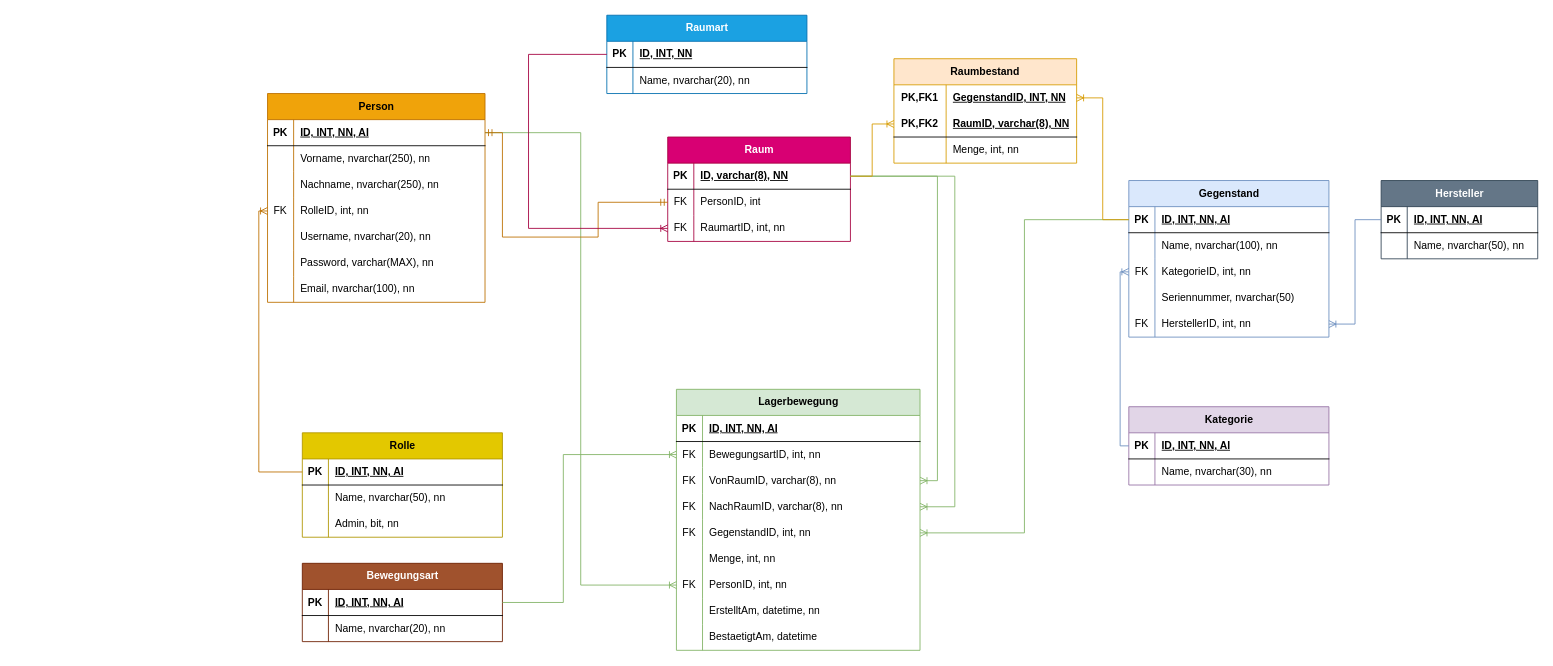
This is Docs/Lagerverwaltung_-_ER_Diagramm.drawio from MatthiasWork/LagerverwaltungAPINewNew, a draw.io file, before an edit. Source tidied: cells renumbered, new cells numbered last; positions are measured from the earlier drawing's top-left corner, leaving out a move shared by most shapes. Both pictures are drawn from the tidied source at 87%, with x=0, y=0 at pixel (267, 15).
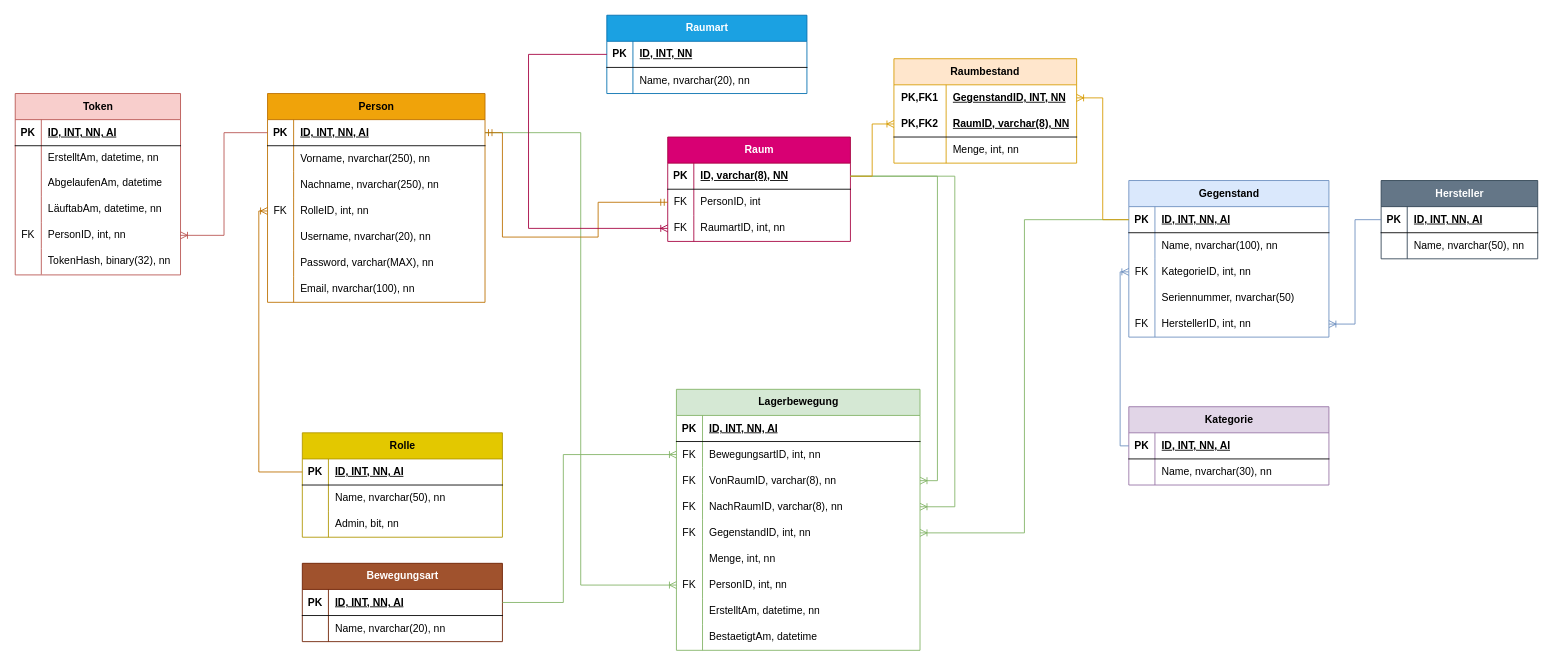
After the change.

Commit message (it also covers changes not shown here):
ER-Diagramm aktualisiert

The change refers to these unchanged cells:
```xml
<mxCell id="3" style="shape=tableRow;horizontal=0;startSize=0;swimlaneHead=0;swimlaneBody=0;fillColor=none;points=[[0,0.5],[1,0.5]];portConstraint=eastwest;top=0;left=0;right=0;bottom=1;" parent="2" vertex="1">
  <mxGeometry y="30" width="250" height="30" as="geometry" />
</mxCell>
```

Diff of the diagram source:
```diff
@@
+    <mxCell id="138" value="Token" style="shape=table;startSize=30;childLayout=tableLayout;rowLines=0;fontStyle=1;align=center;html=1;fillColor=#f8cecc;strokeColor=#b85450;" parent="1" vertex="1">
+      <mxGeometry x="-290" y="90" width="190" height="208.5" as="geometry" />
+    </mxCell>
+    <mxCell id="139" style="shape=tableRow;horizontal=0;startSize=0;swimlaneHead=0;swimlaneBody=0;fillColor=none;top=0;left=0;right=0;bottom=1;" parent="138" vertex="1">
+      <mxGeometry y="30" width="190" height="30" as="geometry" />
+    </mxCell>
+    <mxCell id="140" value="PK" style="shape=partialRectangle;fillColor=none;top=0;left=0;bottom=0;right=0;fontStyle=1;overflow=hidden;whiteSpace=wrap;html=1;" parent="139" vertex="1">
+      <mxGeometry width="30" height="30" as="geometry" />
+    </mxCell>
+    <mxCell id="141" value="ID, INT, NN, AI" style="shape=partialRectangle;fillColor=none;top=0;left=0;bottom=0;right=0;align=left;spacingLeft=6;fontStyle=5;overflow=hidden;whiteSpace=wrap;html=1;" parent="139" vertex="1">
+      <mxGeometry x="30" width="160" height="30" as="geometry" />
+    </mxCell>
+    <mxCell id="142" style="shape=tableRow;horizontal=0;startSize=0;swimlaneHead=0;swimlaneBody=0;fillColor=none;top=0;left=0;right=0;bottom=0;" parent="138" vertex="1">
+      <mxGeometry y="60" width="190" height="28" as="geometry" />
+    </mxCell>
+    <mxCell id="143" style="shape=partialRectangle;fillColor=none;top=0;left=0;bottom=0;right=0;overflow=hidden;whiteSpace=wrap;html=1;" parent="142" vertex="1">
+      <mxGeometry width="30" height="28" as="geometry" />
+    </mxCell>
+    <mxCell id="144" value="ErstelltAm, datetime, nn" style="shape=partialRectangle;fillColor=none;top=0;left=0;bottom=0;right=0;align=left;spacingLeft=6;overflow=hidden;whiteSpace=wrap;html=1;" parent="142" vertex="1">
+      <mxGeometry x="30" width="160" height="28" as="geometry" />
+    </mxCell>
+    <mxCell id="145" style="shape=tableRow;horizontal=0;startSize=0;swimlaneHead=0;swimlaneBody=0;fillColor=none;top=0;left=0;right=0;bottom=0;" parent="138" vertex="1">
+      <mxGeometry y="88" width="190" height="30" as="geometry" />
+    </mxCell>
+    <mxCell id="146" style="shape=partialRectangle;fillColor=none;top=0;left=0;bottom=0;right=0;overflow=hidden;whiteSpace=wrap;html=1;" parent="145" vertex="1">
+      <mxGeometry width="30" height="30" as="geometry" />
+    </mxCell>
+    <mxCell id="147" value="AbgelaufenAm, datetime" style="shape=partialRectangle;fillColor=none;top=0;left=0;bottom=0;right=0;align=left;spacingLeft=6;overflow=hidden;whiteSpace=wrap;html=1;" parent="145" vertex="1">
+      <mxGeometry x="30" width="160" height="30" as="geometry" />
+    </mxCell>
+    <mxCell id="148" style="shape=tableRow;horizontal=0;startSize=0;swimlaneHead=0;swimlaneBody=0;fillColor=none;top=0;left=0;right=0;bottom=0;" parent="138" vertex="1">
+      <mxGeometry y="118" width="190" height="30" as="geometry" />
+    </mxCell>
+    <mxCell id="149" style="shape=partialRectangle;fillColor=none;top=0;left=0;bottom=0;right=0;overflow=hidden;whiteSpace=wrap;html=1;" parent="148" vertex="1">
+      <mxGeometry width="30" height="30" as="geometry" />
+    </mxCell>
+    <mxCell id="150" value="LäuftabAm, datetime, nn" style="shape=partialRectangle;fillColor=none;top=0;left=0;bottom=0;right=0;align=left;spacingLeft=6;overflow=hidden;whiteSpace=wrap;html=1;" parent="148" vertex="1">
+      <mxGeometry x="30" width="160" height="30" as="geometry" />
+    </mxCell>
+    <mxCell id="151" style="shape=tableRow;horizontal=0;startSize=0;swimlaneHead=0;swimlaneBody=0;fillColor=none;points=[[0,0.5],[1,0.5]];portConstraint=eastwest;top=0;left=0;right=0;bottom=0;" parent="138" vertex="1">
+      <mxGeometry y="148" width="190" height="30" as="geometry" />
+    </mxCell>
+    <mxCell id="152" value="FK" style="shape=partialRectangle;fillColor=none;top=0;left=0;bottom=0;right=0;overflow=hidden;whiteSpace=wrap;html=1;" parent="151" vertex="1">
+      <mxGeometry width="30" height="30" as="geometry" />
+    </mxCell>
+    <mxCell id="153" value="PersonID, int, nn" style="shape=partialRectangle;fillColor=none;top=0;left=0;bottom=0;right=0;align=left;spacingLeft=6;overflow=hidden;whiteSpace=wrap;html=1;" parent="151" vertex="1">
+      <mxGeometry x="30" width="160" height="30" as="geometry" />
+    </mxCell>
+    <mxCell id="154" style="shape=tableRow;horizontal=0;startSize=0;swimlaneHead=0;swimlaneBody=0;fillColor=none;top=0;left=0;right=0;bottom=0;" parent="138" vertex="1">
+      <mxGeometry y="178" width="190" height="30" as="geometry" />
+    </mxCell>
+    <mxCell id="155" style="shape=partialRectangle;fillColor=none;top=0;left=0;bottom=0;right=0;overflow=hidden;whiteSpace=wrap;html=1;" parent="154" vertex="1">
+      <mxGeometry width="30" height="30" as="geometry" />
+    </mxCell>
+    <mxCell id="156" value="TokenHash, binary(32), nn" style="shape=partialRectangle;fillColor=none;top=0;left=0;bottom=0;right=0;align=left;spacingLeft=6;overflow=hidden;whiteSpace=wrap;html=1;" parent="154" vertex="1">
+      <mxGeometry x="30" width="160" height="30" as="geometry" />
+    </mxCell>
+    <mxCell id="157" style="edgeStyle=orthogonalEdgeStyle;fontSize=12;html=1;endArrow=ERoneToMany;rounded=0;entryX=1;entryY=0.5;entryDx=0;entryDy=0;exitX=0;exitY=0.5;exitDx=0;exitDy=0;fillColor=#f8cecc;strokeColor=#b85450;" parent="1" edge="1" source="3" target="151">
+      <mxGeometry relative="1" as="geometry" />
+    </mxCell>
```
